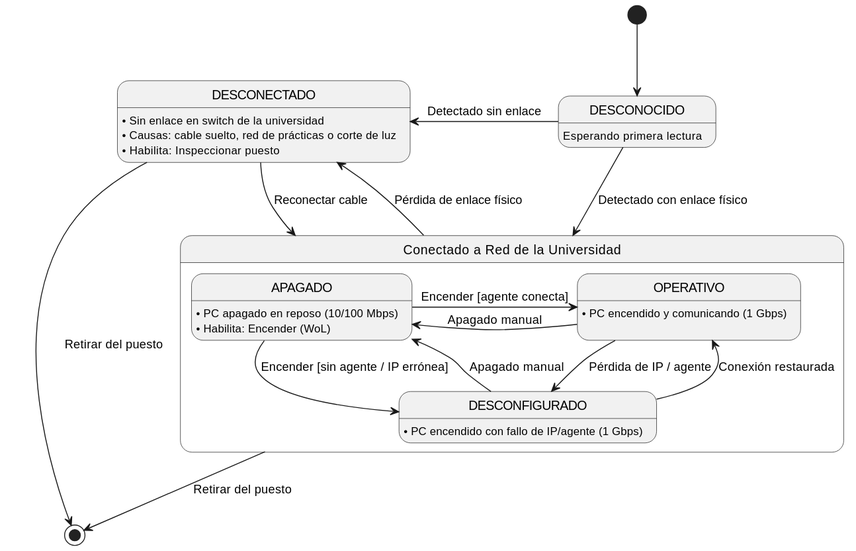
Carlos-Lima2510/mesh-panel keeps this PlantUML diagram as images/00-modelo-del-dominio/diagrama-estados/diagrama-estados-host.svg. Above is the earlier version.
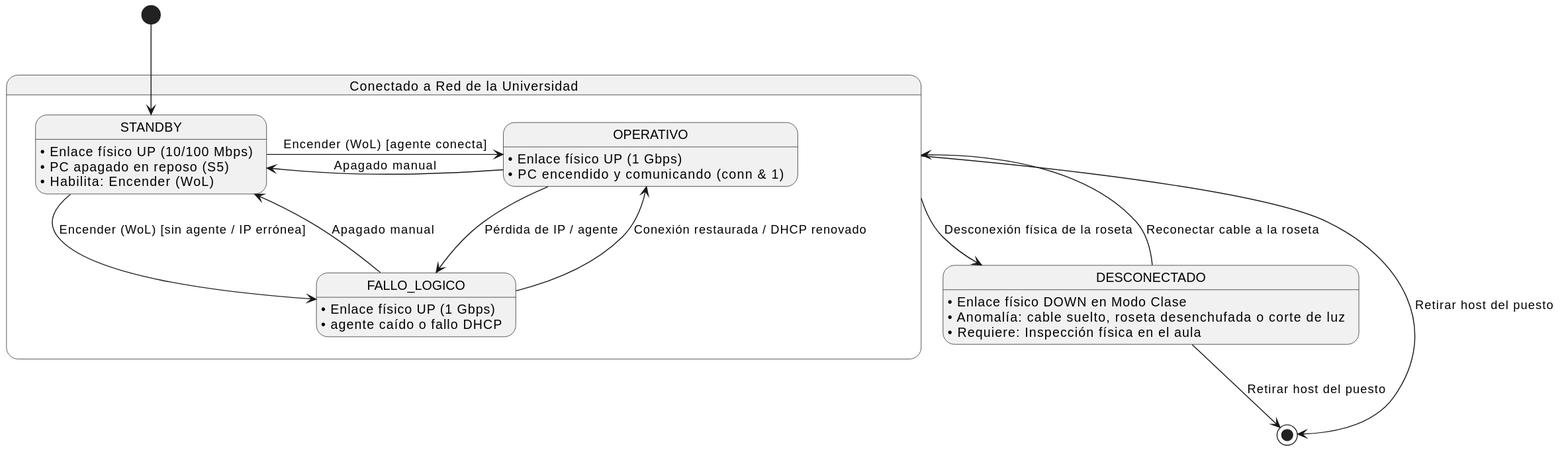
Above is the later version.

Commit message:
Update state diagram for laboratory: modify network policy description and adjust text lengths for clarity

What changed in the source:
```diff
@@ -1,30 +1,25 @@
 @startuml
-[*] -down-> DESCONOCIDO
+state "Conectado a Red de la Universidad" as CONECTADO_UNIVERSIDAD {
+    state STANDBY : • Enlace físico UP (10/100 Mbps)\n• PC apagado en reposo (S5)\n• Habilita: Encender (WoL)
+    state OPERATIVO : • Enlace físico UP (1 Gbps)\n• PC encendido y comunicando (conn & 1)
+    state FALLO_LOGICO : • Enlace físico UP (1 Gbps)\n• agente caído o fallo DHCP
 
-state DESCONOCIDO : Esperando primera lectura
+    STANDBY -right-> OPERATIVO : Encender (WoL) [agente conecta]
+    STANDBY -right-> FALLO_LOGICO : Encender (WoL) [sin agente / IP errónea]
 
-state "Conectado a Red de la Universidad" as CONECTADO {
-    state APAGADO : • PC apagado en reposo (10/100 Mbps)\n• Habilita: Encender (WoL)
-    state OPERATIVO : • PC encendido y comunicando (1 Gbps)\n
-    state DESCONFIGURADO : • PC encendido con fallo de IP/agente (1 Gbps)
-
-    APAGADO -right-> OPERATIVO : Encender [agente conecta]
-    APAGADO -right-> DESCONFIGURADO : Encender [sin agente / IP errónea]
-
-    OPERATIVO -down-> DESCONFIGURADO : Pérdida de IP / agente
-    OPERATIVO -left-> APAGADO : Apagado manual
-    DESCONFIGURADO -up-> OPERATIVO : Conexión restaurada
-    DESCONFIGURADO -left-> APAGADO : Apagado manual
+    OPERATIVO -down-> FALLO_LOGICO : Pérdida de IP / agente
+    OPERATIVO -left-> STANDBY : Apagado manual
+    FALLO_LOGICO -up-> OPERATIVO : Conexión restaurada / DHCP renovado
+    FALLO_LOGICO -left-> STANDBY : Apagado manual
 }
 
-state DESCONECTADO : • Sin enlace en switch de la universidad\n• Causas: cable suelto, red de prácticas o corte de luz\n• Habilita: Inspeccionar puesto
+state DESCONECTADO : • Enlace físico DOWN en Modo Clase\n• Anomalía: cable suelto, roseta desenchufada o corte de luz\n• Requiere: Inspección física en el aula
 
-DESCONOCIDO -down-> CONECTADO : Detectado con enlace físico
-DESCONOCIDO -left-> DESCONECTADO : Detectado sin enlace
+[*] --> STANDBY
 
-CONECTADO -left-> DESCONECTADO : Pérdida de enlace físico
-DESCONECTADO -right-> CONECTADO : Reconectar cable
+CONECTADO_UNIVERSIDAD -down-> DESCONECTADO : Desconexión física de la roseta
+DESCONECTADO -up-> CONECTADO_UNIVERSIDAD : Reconectar cable a la roseta
 
-CONECTADO -down-> [*] : Retirar del puesto
-DESCONECTADO -down-> [*] : Retirar del puesto
+CONECTADO_UNIVERSIDAD --> [*] : Retirar host del puesto
+DESCONECTADO --> [*] : Retirar host del puesto
 @enduml
```
